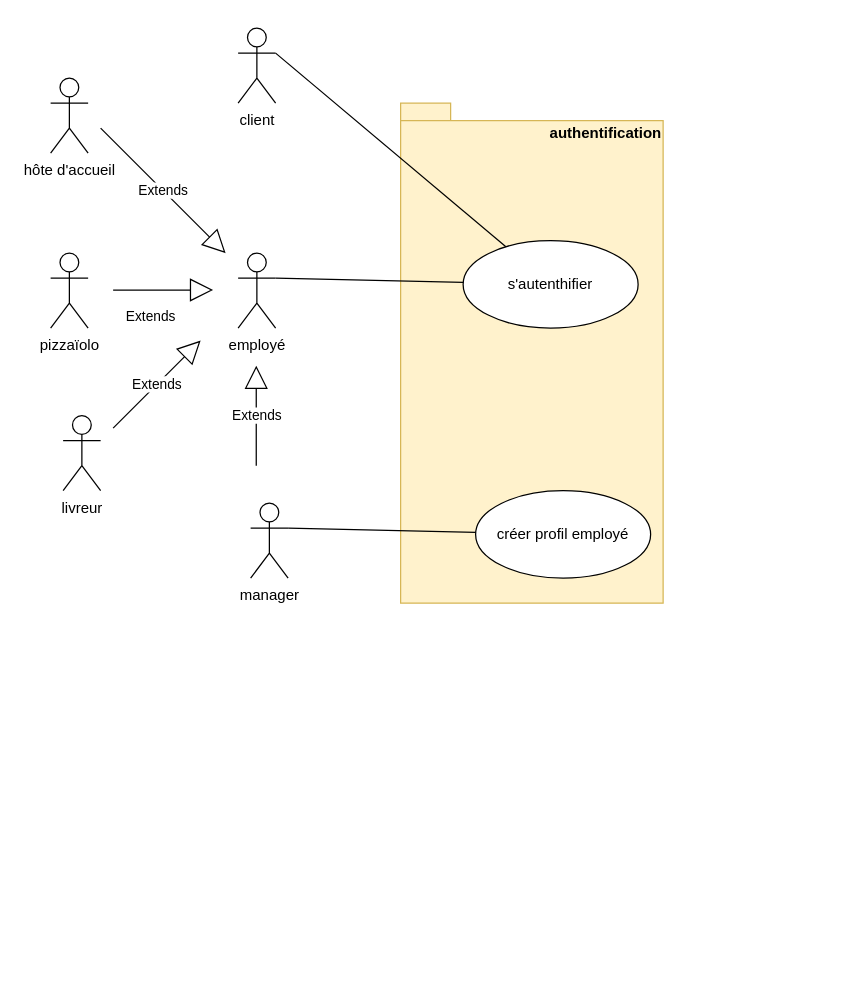
Earlier version of the draw.io diagram page "package-auth" (6 of 6) of diagrammes.drawio (remace/OC-P4-UML_Pizzeria). Source tidied: cells renumbered, new cells numbered last; positions are measured from the earlier drawing's top-left corner, leaving out a move shared by most shapes. Both pictures are drawn from the tidied source at 125%, with x=0, y=0 at pixel (50, 28).
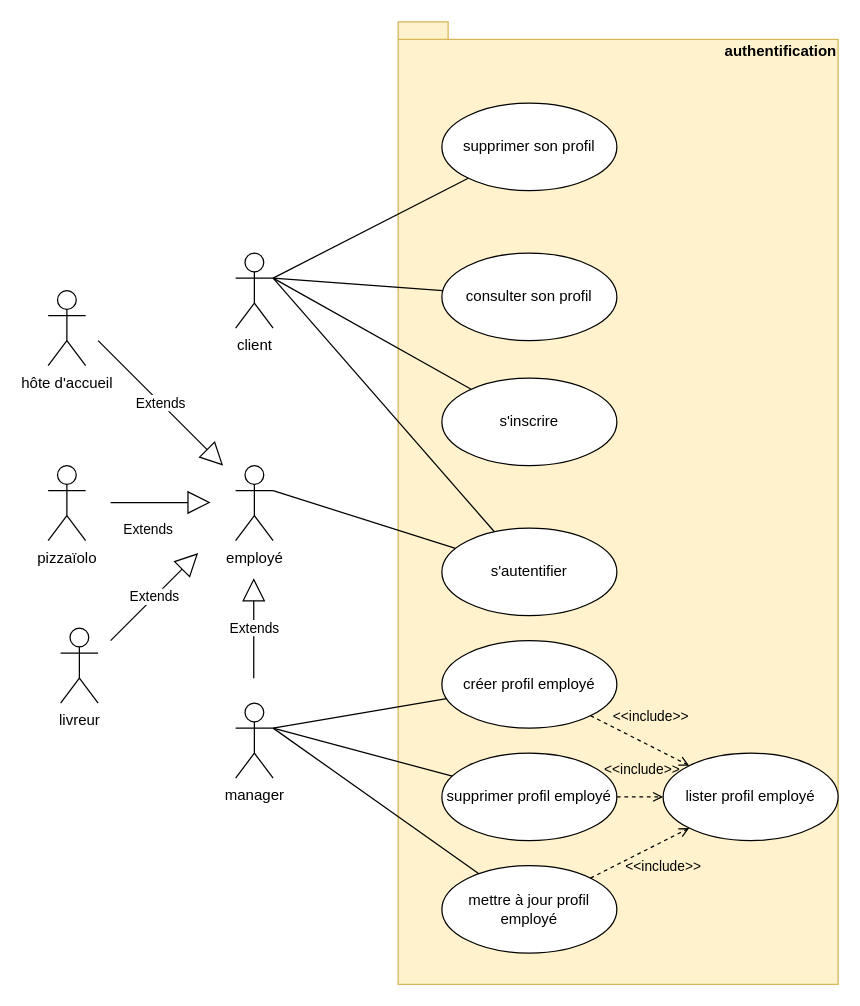
Above is the later version.

Change to the diagram source:
```diff
@@
     <mxCell id="2" value="pizzaïolo" style="shape=umlActor;verticalLabelPosition=bottom;labelBackgroundColor=#ffffff;verticalAlign=top;html=1;align=center;" parent="1" vertex="1">
-      <mxGeometry y="180" width="30" height="60" as="geometry" />
+      <mxGeometry x="-2" y="350" width="30" height="60" as="geometry" />
     </mxCell>
     <mxCell id="3" value="hôte d'accueil" style="shape=umlActor;verticalLabelPosition=bottom;labelBackgroundColor=#ffffff;verticalAlign=top;html=1;align=center;" parent="1" vertex="1">
-      <mxGeometry y="40" width="30" height="60" as="geometry" />
+      <mxGeometry x="-2" y="210" width="30" height="60" as="geometry" />
     </mxCell>
     <mxCell id="4" value="authentification" style="shape=folder;fontStyle=1;spacingTop=10;tabWidth=40;tabHeight=14;tabPosition=left;html=1;align=right;verticalAlign=top;fillColor=#fff2cc;strokeColor=#d6b656;" parent="1" vertex="1">
-      <mxGeometry x="280" y="60" width="210" height="400" as="geometry" />
+      <mxGeometry x="278" y="-5" width="352" height="770" as="geometry" />
     </mxCell>
     <mxCell id="5" value="manager" style="shape=umlActor;verticalLabelPosition=bottom;labelBackgroundColor=#ffffff;verticalAlign=top;html=1;align=center;" parent="1" vertex="1">
-      <mxGeometry x="160" y="380" width="30" height="60" as="geometry" />
+      <mxGeometry x="148" y="540" width="30" height="60" as="geometry" />
     </mxCell>
     <mxCell id="6" value="Extends" style="endArrow=block;endSize=16;endFill=0;html=1;" parent="1" edge="1">
       <mxGeometry x="-0.25" y="-20" relative="1" as="geometry">
-        <mxPoint x="50" y="209.5" as="sourcePoint" />
-        <mxPoint x="130" y="209.5" as="targetPoint" />
+        <mxPoint x="48" y="379.5" as="sourcePoint" />
+        <mxPoint x="128" y="379.5" as="targetPoint" />
         <mxPoint y="1" as="offset" />
       </mxGeometry>
     </mxCell>
     <mxCell id="7" value="employé" style="shape=umlActor;verticalLabelPosition=bottom;labelBackgroundColor=#ffffff;verticalAlign=top;html=1;align=center;" parent="1" vertex="1">
-      <mxGeometry x="150" y="180" width="30" height="60" as="geometry" />
+      <mxGeometry x="148" y="350" width="30" height="60" as="geometry" />
     </mxCell>
     <mxCell id="8" value="Extends" style="endArrow=block;endSize=16;endFill=0;html=1;" parent="1" edge="1">
       <mxGeometry relative="1" as="geometry">
-        <mxPoint x="50" y="320" as="sourcePoint" />
-        <mxPoint x="120" y="250" as="targetPoint" />
+        <mxPoint x="48" y="490" as="sourcePoint" />
+        <mxPoint x="118" y="420" as="targetPoint" />
       </mxGeometry>
     </mxCell>
     <mxCell id="9" value="livreur" style="shape=umlActor;verticalLabelPosition=bottom;labelBackgroundColor=#ffffff;verticalAlign=top;html=1;align=center;" parent="1" vertex="1">
-      <mxGeometry x="10" y="310" width="30" height="60" as="geometry" />
+      <mxGeometry x="8" y="480" width="30" height="60" as="geometry" />
     </mxCell>
     <mxCell id="10" value="Extends" style="endArrow=block;endSize=16;endFill=0;html=1;" parent="1" edge="1">
       <mxGeometry relative="1" as="geometry">
-        <mxPoint x="40" y="80" as="sourcePoint" />
-        <mxPoint x="140" y="180" as="targetPoint" />
+        <mxPoint x="38" y="250" as="sourcePoint" />
+        <mxPoint x="138" y="350" as="targetPoint" />
       </mxGeometry>
     </mxCell>
-    <mxCell id="11" value="s'autenthifier" style="ellipse;whiteSpace=wrap;html=1;align=center;" parent="1" vertex="1">
-      <mxGeometry x="330" y="170" width="140" height="70" as="geometry" />
+    <mxCell id="11" value="s'autentifier" style="ellipse;whiteSpace=wrap;html=1;align=center;" parent="1" vertex="1">
+      <mxGeometry x="313" y="400" width="140" height="70" as="geometry" />
     </mxCell>
     <mxCell id="12" value="créer profil employé" style="ellipse;whiteSpace=wrap;html=1;align=center;" parent="1" vertex="1">
-      <mxGeometry x="340" y="370" width="140" height="70" as="geometry" />
+      <mxGeometry x="313" y="490" width="140" height="70" as="geometry" />
     </mxCell>
@@
     <mxCell id="15" value="client" style="shape=umlActor;verticalLabelPosition=bottom;labelBackgroundColor=#ffffff;verticalAlign=top;html=1;align=center;" parent="1" vertex="1">
-      <mxGeometry x="150" width="30" height="60" as="geometry" />
+      <mxGeometry x="148" y="180" width="30" height="60" as="geometry" />
     </mxCell>
@@
     <mxCell id="17" value="Extends" style="endArrow=block;endSize=16;endFill=0;html=1;" parent="1" edge="1">
       <mxGeometry relative="1" as="geometry">
-        <mxPoint x="164.5" y="350" as="sourcePoint" />
-        <mxPoint x="164.5" y="270" as="targetPoint" />
+        <mxPoint x="162.5" y="520" as="sourcePoint" />
+        <mxPoint x="162.5" y="440" as="targetPoint" />
         <Array as="points">
-          <mxPoint x="164.5" y="320" />
+          <mxPoint x="162.5" y="490" />
         </Array>
       </mxGeometry>
     </mxCell>
+    <mxCell id="18" value="s'inscrire" style="ellipse;whiteSpace=wrap;html=1;align=center;" parent="1" vertex="1">
+      <mxGeometry x="313" y="280" width="140" height="70" as="geometry" />
+    </mxCell>
+    <mxCell id="19" style="endArrow=none;html=1;entryX=1;entryY=0.3333333333333333;entryDx=0;entryDy=0;entryPerimeter=0;" parent="1" edge="1" source="18" target="15">
+      <mxGeometry relative="1" as="geometry" />
+    </mxCell>
+    <mxCell id="20" value="consulter son profil" style="ellipse;whiteSpace=wrap;html=1;align=center;" parent="1" vertex="1">
+      <mxGeometry x="313" y="180" width="140" height="70" as="geometry" />
+    </mxCell>
+    <mxCell id="21" style="endArrow=none;html=1;entryX=1;entryY=0.3333333333333333;entryDx=0;entryDy=0;entryPerimeter=0;" parent="1" edge="1" source="20" target="15">
+      <mxGeometry relative="1" as="geometry" />
+    </mxCell>
+    <mxCell id="22" value="supprimer son profil" style="ellipse;whiteSpace=wrap;html=1;align=center;" parent="1" vertex="1">
+      <mxGeometry x="313" y="60" width="140" height="70" as="geometry" />
+    </mxCell>
+    <mxCell id="23" style="endArrow=none;html=1;entryX=1;entryY=0.3333333333333333;entryDx=0;entryDy=0;entryPerimeter=0;" parent="1" edge="1" source="22" target="15">
+      <mxGeometry relative="1" as="geometry" />
+    </mxCell>
+    <mxCell id="24" value="supprimer profil employé" style="ellipse;whiteSpace=wrap;html=1;align=center;" parent="1" vertex="1">
+      <mxGeometry x="313" y="580" width="140" height="70" as="geometry" />
+    </mxCell>
+    <mxCell id="25" style="endArrow=none;html=1;entryX=1;entryY=0.3333333333333333;entryDx=0;entryDy=0;entryPerimeter=0;" parent="1" edge="1" source="24" target="5">
+      <mxGeometry relative="1" as="geometry" />
+    </mxCell>
+    <mxCell id="26" value="mettre à jour profil employé" style="ellipse;whiteSpace=wrap;html=1;align=center;" parent="1" vertex="1">
+      <mxGeometry x="313" y="670" width="140" height="70" as="geometry" />
+    </mxCell>
+    <mxCell id="27" style="endArrow=none;html=1;exitX=1;exitY=0.3333333333333333;exitDx=0;exitDy=0;exitPerimeter=0;" parent="1" edge="1" source="5" target="26">
+      <mxGeometry relative="1" as="geometry" />
+    </mxCell>
+    <mxCell id="28" value="lister profil employé" style="ellipse;whiteSpace=wrap;html=1;align=center;" parent="1" vertex="1">
+      <mxGeometry x="490" y="580" width="140" height="70" as="geometry" />
+    </mxCell>
+    <mxCell id="29" value="&amp;lt;&amp;lt;include&amp;gt;&amp;gt;" style="edgeStyle=none;html=1;endArrow=open;verticalAlign=bottom;dashed=1;labelBackgroundColor=none;" parent="1" edge="1" source="12" target="28">
+      <mxGeometry x="0.07" y="13" relative="1" as="geometry" />
+    </mxCell>
+    <mxCell id="30" value="&amp;lt;&amp;lt;include&amp;gt;&amp;gt;" style="edgeStyle=none;html=1;endArrow=open;verticalAlign=bottom;dashed=1;labelBackgroundColor=none;" parent="1" edge="1" source="24" target="28">
+      <mxGeometry x="0.07" y="13" relative="1" as="geometry" />
+    </mxCell>
+    <mxCell id="31" value="&amp;lt;&amp;lt;include&amp;gt;&amp;gt;" style="edgeStyle=none;html=1;endArrow=open;verticalAlign=bottom;dashed=1;labelBackgroundColor=none;" parent="1" edge="1" source="26" target="28">
+      <mxGeometry x="0.17" y="-26" relative="1" as="geometry" />
+    </mxCell>
```
